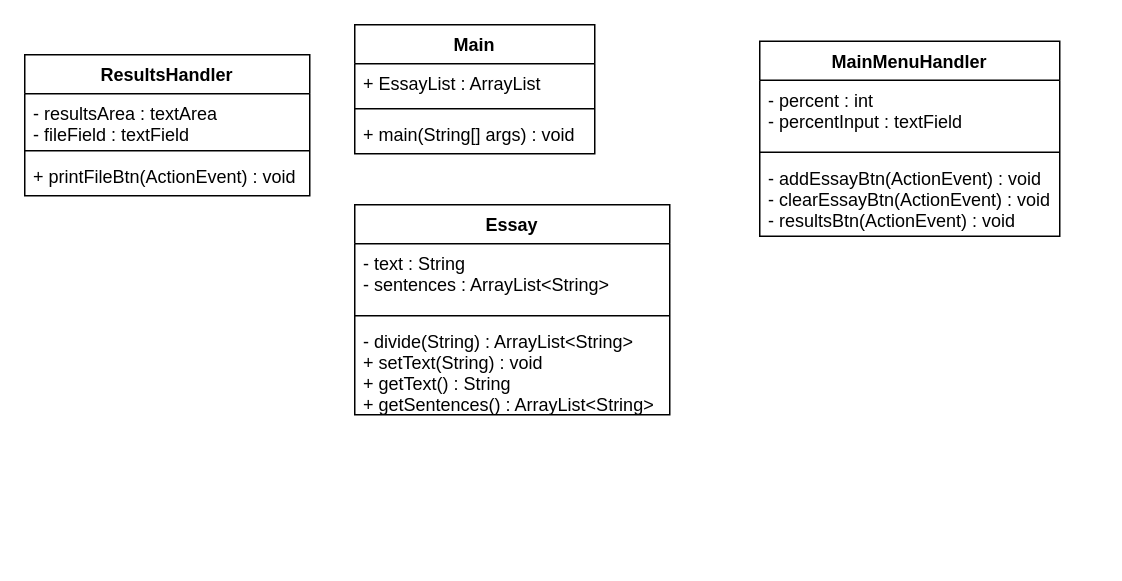
Above: PlagiarismUML.drawio in 335689832/12-14-2022-PlagiarismChecker (draw.io), before the change. Source tidied: cells renumbered, new cells numbered last; positions are measured from the earlier drawing's top-left corner, leaving out a move shared by most shapes. Both pictures are drawn from the tidied source at 150%, with x=0, y=0 at pixel (24, 24).
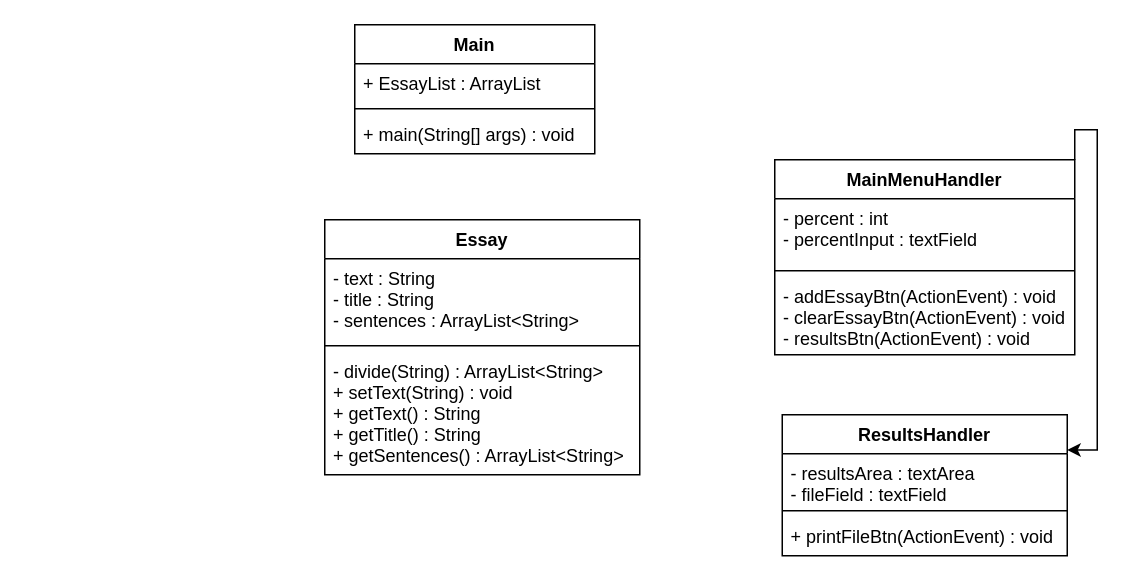
After the change.

The edit, as a diff of the source:
```diff
@@
 <mxGraphModel>
   <root>
     <mxCell id="0" />
     <mxCell id="1" parent="0" />
     <mxCell id="2" value="Main" style="swimlane;fontStyle=1;align=center;verticalAlign=top;horizontal=1;startSize=26;" parent="1" vertex="1">
       <mxGeometry x="220" width="160" height="86" as="geometry" />
     </mxCell>
     <mxCell id="3" value="+ EssayList : ArrayList" style="text;strokeColor=none;fillColor=none;align=left;verticalAlign=top;spacingLeft=4;spacingRight=4;overflow=hidden;" parent="2" vertex="1">
       <mxGeometry y="26" width="160" height="26" as="geometry" />
     </mxCell>
     <mxCell id="4" style="line;strokeWidth=1;fillColor=none;align=left;verticalAlign=middle;spacingTop=-1;spacingLeft=3;spacingRight=3;labelPosition=right;strokeColor=inherit;" parent="2" vertex="1">
       <mxGeometry y="52" width="160" height="8" as="geometry" />
     </mxCell>
     <mxCell id="5" value="+ main(String[] args) : void" style="text;strokeColor=none;fillColor=none;align=left;verticalAlign=top;spacingLeft=4;spacingRight=4;overflow=hidden;" parent="2" vertex="1">
       <mxGeometry y="60" width="160" height="26" as="geometry" />
     </mxCell>
     <mxCell id="6" value="Essay" style="swimlane;fontStyle=1;align=center;verticalAlign=top;horizontal=1;startSize=26;" parent="1" vertex="1">
-      <mxGeometry x="220" y="120" width="210" height="140" as="geometry" />
+      <mxGeometry x="200" y="130" width="210" height="170" as="geometry" />
     </mxCell>
-    <mxCell id="7" value="- text : String&#10;- sentences : ArrayList&lt;String&gt;" style="text;strokeColor=none;fillColor=none;align=left;verticalAlign=top;spacingLeft=4;spacingRight=4;overflow=hidden;" parent="6" vertex="1">
-      <mxGeometry y="26" width="210" height="44" as="geometry" />
+    <mxCell id="7" value="- text : String&#10;- title : String&#10;- sentences : ArrayList&lt;String&gt;" style="text;strokeColor=none;fillColor=none;align=left;verticalAlign=top;spacingLeft=4;spacingRight=4;overflow=hidden;" parent="6" vertex="1">
+      <mxGeometry y="26" width="210" height="54" as="geometry" />
     </mxCell>
     <mxCell id="8" style="line;strokeWidth=1;fillColor=none;align=left;verticalAlign=middle;spacingTop=-1;spacingLeft=3;spacingRight=3;labelPosition=right;strokeColor=inherit;" parent="6" vertex="1">
-      <mxGeometry y="70" width="210" height="8" as="geometry" />
+      <mxGeometry y="80" width="210" height="8" as="geometry" />
     </mxCell>
-    <mxCell id="9" value="- divide(String) : ArrayList&lt;String&gt;&#10;+ setText(String) : void&#10;+ getText() : String&#10;+ getSentences() : ArrayList&lt;String&gt;" style="text;strokeColor=none;fillColor=none;align=left;verticalAlign=top;spacingLeft=4;spacingRight=4;overflow=hidden;" parent="6" vertex="1">
-      <mxGeometry y="78" width="210" height="62" as="geometry" />
+    <mxCell id="9" value="- divide(String) : ArrayList&lt;String&gt;&#10;+ setText(String) : void&#10;+ getText() : String&#10;+ getTitle() : String&#10;+ getSentences() : ArrayList&lt;String&gt;" style="text;strokeColor=none;fillColor=none;align=left;verticalAlign=top;spacingLeft=4;spacingRight=4;overflow=hidden;" parent="6" vertex="1">
+      <mxGeometry y="88" width="210" height="82" as="geometry" />
     </mxCell>
+    <mxCell id="18" style="edgeStyle=orthogonalEdgeStyle;rounded=0;jettySize=auto;html=1;exitX=1;exitY=0;exitDx=0;exitDy=0;entryX=1;entryY=0.25;entryDx=0;entryDy=0;" parent="1" edge="1" source="10" target="14">
+      <mxGeometry relative="1" as="geometry" />
+    </mxCell>
     <mxCell id="10" value="MainMenuHandler" style="swimlane;fontStyle=1;align=center;verticalAlign=top;horizontal=1;startSize=26;" parent="1" vertex="1">
-      <mxGeometry x="490" y="11" width="200" height="130" as="geometry" />
+      <mxGeometry x="500" y="90" width="200" height="130" as="geometry" />
     </mxCell>
     <mxCell id="11" value="- percent : int&#10;- percentInput : textField" style="text;strokeColor=none;fillColor=none;align=left;verticalAlign=top;spacingLeft=4;spacingRight=4;overflow=hidden;" parent="10" vertex="1">
       <mxGeometry y="26" width="200" height="44" as="geometry" />
     </mxCell>
     <mxCell id="12" style="line;strokeWidth=1;fillColor=none;align=left;verticalAlign=middle;spacingTop=-1;spacingLeft=3;spacingRight=3;labelPosition=right;strokeColor=inherit;" parent="10" vertex="1">
       <mxGeometry y="70" width="200" height="8" as="geometry" />
     </mxCell>
     <mxCell id="13" value="- addEssayBtn(ActionEvent) : void&#10;- clearEssayBtn(ActionEvent) : void&#10;- resultsBtn(ActionEvent) : void" style="text;strokeColor=none;fillColor=none;align=left;verticalAlign=top;spacingLeft=4;spacingRight=4;overflow=hidden;" parent="10" vertex="1">
       <mxGeometry y="78" width="200" height="52" as="geometry" />
     </mxCell>
     <mxCell id="14" value="ResultsHandler" style="swimlane;fontStyle=1;align=center;verticalAlign=top;horizontal=1;startSize=26;" parent="1" vertex="1">
-      <mxGeometry y="20" width="190" height="94" as="geometry" />
+      <mxGeometry x="505" y="260" width="190" height="94" as="geometry" />
     </mxCell>
     <mxCell id="15" value="- resultsArea : textArea&#10;- fileField : textField" style="text;strokeColor=none;fillColor=none;align=left;verticalAlign=top;spacingLeft=4;spacingRight=4;overflow=hidden;" parent="14" vertex="1">
       <mxGeometry y="26" width="190" height="34" as="geometry" />
     </mxCell>
     <mxCell id="16" style="line;strokeWidth=1;fillColor=none;align=left;verticalAlign=middle;spacingTop=-1;spacingLeft=3;spacingRight=3;labelPosition=right;strokeColor=inherit;" parent="14" vertex="1">
       <mxGeometry y="60" width="190" height="8" as="geometry" />
     </mxCell>
     <mxCell id="17" value="+ printFileBtn(ActionEvent) : void" style="text;strokeColor=none;fillColor=none;align=left;verticalAlign=top;spacingLeft=4;spacingRight=4;overflow=hidden;" parent="14" vertex="1">
       <mxGeometry y="68" width="190" height="26" as="geometry" />
     </mxCell>
   </root>
 </mxGraphModel>
```
